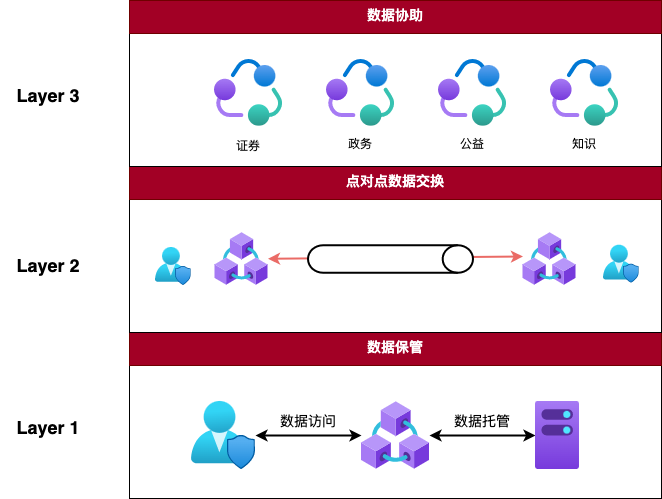
bytehubplus/bytehubplus.github.io keeps this draw.io diagram as public/layered-arch.png. Above is the earlier version. Source tidied: cells renumbered, new cells last; positions are measured from the earlier drawing's top-left corner, leaving out a move shared by most shapes. Its diagram source:
```xml
<mxGraphModel>
  <root>
    <mxCell id="0" />
    <mxCell id="1" parent="0" />
    <mxCell id="2" style="group;" parent="1" vertex="1">
      <mxGeometry x="129" y="332" width="532" height="166" as="geometry" />
    </mxCell>
    <mxCell id="3" style="rounded=0;whiteSpace=wrap;html=1;" parent="2" vertex="1">
      <mxGeometry width="532" height="166" as="geometry" />
    </mxCell>
    <mxCell id="4" style="rounded=0;whiteSpace=wrap;html=1;fillColor=#a20025;fontColor=#ffffff;strokeColor=#6F0000;" parent="2" vertex="1">
      <mxGeometry width="532" height="33" as="geometry" />
    </mxCell>
    <mxCell id="5" value="数据保管" style="text;html=1;strokeColor=none;fillColor=none;align=center;verticalAlign=middle;whiteSpace=wrap;rounded=0;fontStyle=1;fontSize=14;fontColor=#FFFFFF;" parent="2" vertex="1">
      <mxGeometry x="197" width="138" height="30" as="geometry" />
    </mxCell>
    <mxCell id="6" style="edgeStyle=orthogonalEdgeStyle;rounded=0;jettySize=auto;html=1;strokeWidth=2;fontSize=14;fontColor=#FFFFFF;startArrow=classic;startFill=1;" parent="1" edge="1" source="8" target="9">
      <mxGeometry relative="1" as="geometry" />
    </mxCell>
    <mxCell id="7" style="edgeStyle=orthogonalEdgeStyle;rounded=0;jettySize=auto;html=1;strokeWidth=2;fontSize=14;fontColor=#FFFFFF;startArrow=classic;startFill=1;" parent="1" edge="1" source="8" target="10">
      <mxGeometry relative="1" as="geometry" />
    </mxCell>
    <mxCell id="8" style="html=1;points=[];align=center;image;fontSize=12;image=img/lib/azure2/blockchain/Azure_Blockchain_Service.svg;fontColor=#FFFFFF;" parent="1" vertex="1">
      <mxGeometry x="361" y="401" width="68" height="68" as="geometry" />
    </mxCell>
    <mxCell id="9" style="html=1;points=[];align=center;image;fontSize=12;image=img/lib/azure2/management_governance/User_Privacy.svg;fontColor=#FFFFFF;" parent="1" vertex="1">
      <mxGeometry x="191" y="401" width="64" height="68" as="geometry" />
    </mxCell>
    <mxCell id="10" style="html=1;points=[];align=center;image;fontSize=12;image=img/lib/azure2/management_governance/MachinesAzureArc.svg;fontColor=#FFFFFF;" parent="1" vertex="1">
      <mxGeometry x="535" y="401" width="44" height="68" as="geometry" />
    </mxCell>
    <mxCell id="11" value="数据访问" style="text;html=1;strokeColor=none;fillColor=none;align=center;verticalAlign=middle;whiteSpace=wrap;rounded=0;fontSize=14;fontColor=#000000;" parent="1" vertex="1">
      <mxGeometry x="278" y="406" width="60" height="30" as="geometry" />
    </mxCell>
    <mxCell id="12" value="数据托管" style="text;html=1;strokeColor=none;fillColor=none;align=center;verticalAlign=middle;whiteSpace=wrap;rounded=0;fontSize=14;fontColor=#000000;" parent="1" vertex="1">
      <mxGeometry x="452" y="406" width="60" height="30" as="geometry" />
    </mxCell>
    <mxCell id="13" style="group;" parent="1" vertex="1">
      <mxGeometry x="129" y="166" width="532" height="166" as="geometry" />
    </mxCell>
    <mxCell id="14" style="rounded=0;whiteSpace=wrap;html=1;" parent="13" vertex="1">
      <mxGeometry width="532" height="166" as="geometry" />
    </mxCell>
    <mxCell id="15" style="rounded=0;whiteSpace=wrap;html=1;fillColor=#a20025;fontColor=#ffffff;strokeColor=#6F0000;" parent="13" vertex="1">
      <mxGeometry width="532" height="33" as="geometry" />
    </mxCell>
    <mxCell id="16" value="点对点数据交换" style="text;html=1;strokeColor=none;fillColor=none;align=center;verticalAlign=middle;whiteSpace=wrap;rounded=0;fontStyle=1;fontSize=14;fontColor=#FFFFFF;" parent="13" vertex="1">
      <mxGeometry x="197" width="138" height="30" as="geometry" />
    </mxCell>
    <mxCell id="17" style="html=1;points=[];align=center;image;fontSize=12;image=img/lib/azure2/blockchain/Azure_Blockchain_Service.svg;fontColor=#FFFFFF;" parent="13" vertex="1">
      <mxGeometry x="85.5" y="66" width="53" height="53" as="geometry" />
    </mxCell>
    <mxCell id="18" style="html=1;points=[];align=center;image;fontSize=12;image=img/lib/azure2/blockchain/Azure_Blockchain_Service.svg;fontColor=#FFFFFF;" parent="13" vertex="1">
      <mxGeometry x="393.5" y="66" width="53" height="53" as="geometry" />
    </mxCell>
    <mxCell id="19" style="endArrow=classic;startArrow=classic;html=1;rounded=0;strokeWidth=2;fontSize=14;fontColor=#000000;entryX=0;entryY=0.453;entryDx=0;entryDy=0;entryPerimeter=0;strokeColor=#EA6B66;" parent="13" edge="1" source="17" target="18">
      <mxGeometry relative="1" as="geometry" />
    </mxCell>
    <mxCell id="20" style="strokeWidth=2;html=1;shape=mxgraph.flowchart.direct_data;whiteSpace=wrap;fontSize=14;fontColor=#000000;" parent="13" vertex="1">
      <mxGeometry x="178.5" y="78.8" width="165" height="27.5" as="geometry" />
    </mxCell>
    <mxCell id="21" style="html=1;align=center;image;fontSize=12;image=img/lib/azure2/management_governance/User_Privacy.svg;fontColor=#FFFFFF;" parent="13" vertex="1">
      <mxGeometry x="26" y="81" width="35.8" height="38" as="geometry" />
    </mxCell>
    <mxCell id="22" style="html=1;align=center;image;fontSize=12;image=img/lib/azure2/management_governance/User_Privacy.svg;fontColor=#FFFFFF;" parent="13" vertex="1">
      <mxGeometry x="474" y="78.8" width="35.8" height="38" as="geometry" />
    </mxCell>
    <mxCell id="23" style="group;" parent="1" vertex="1">
      <mxGeometry x="129" width="532" height="166" as="geometry" />
    </mxCell>
    <mxCell id="24" style="rounded=0;whiteSpace=wrap;html=1;" parent="23" vertex="1">
      <mxGeometry width="532" height="166" as="geometry" />
    </mxCell>
    <mxCell id="25" style="rounded=0;whiteSpace=wrap;html=1;fillColor=#a20025;fontColor=#ffffff;strokeColor=#6F0000;" parent="23" vertex="1">
      <mxGeometry width="532" height="33" as="geometry" />
    </mxCell>
    <mxCell id="26" value="数据协助" style="text;html=1;strokeColor=none;fillColor=none;align=center;verticalAlign=middle;whiteSpace=wrap;rounded=0;fontStyle=1;fontSize=14;fontColor=#FFFFFF;" parent="23" vertex="1">
      <mxGeometry x="197" width="138" height="30" as="geometry" />
    </mxCell>
    <mxCell id="27" style="html=1;align=center;image;fontSize=12;image=img/lib/azure2/azure_ecosystem/Collaborative_Service.svg;fontColor=#000000;" parent="23" vertex="1">
      <mxGeometry x="85" y="59" width="68" height="66.8" as="geometry" />
    </mxCell>
    <mxCell id="28" style="html=1;align=center;image;fontSize=12;image=img/lib/azure2/azure_ecosystem/Collaborative_Service.svg;fontColor=#000000;" parent="23" vertex="1">
      <mxGeometry x="421" y="59" width="68" height="66.8" as="geometry" />
    </mxCell>
    <mxCell id="29" style="html=1;align=center;image;fontSize=12;image=img/lib/azure2/azure_ecosystem/Collaborative_Service.svg;fontColor=#000000;" parent="23" vertex="1">
      <mxGeometry x="197" y="59" width="68" height="66.8" as="geometry" />
    </mxCell>
    <mxCell id="30" style="html=1;align=center;image;fontSize=12;image=img/lib/azure2/azure_ecosystem/Collaborative_Service.svg;fontColor=#000000;" parent="23" vertex="1">
      <mxGeometry x="309" y="59" width="68" height="66.8" as="geometry" />
    </mxCell>
    <mxCell id="31" value="证券" style="text;html=1;strokeColor=none;fillColor=none;align=center;verticalAlign=middle;whiteSpace=wrap;rounded=0;fontSize=12;fontColor=#000000;" parent="23" vertex="1">
      <mxGeometry x="89" y="131" width="60" height="30" as="geometry" />
    </mxCell>
    <mxCell id="32" value="政务" style="text;html=1;strokeColor=none;fillColor=none;align=center;verticalAlign=middle;whiteSpace=wrap;rounded=0;fontSize=12;fontColor=#000000;" parent="23" vertex="1">
      <mxGeometry x="201" y="129" width="60" height="30" as="geometry" />
    </mxCell>
    <mxCell id="33" value="公益" style="text;html=1;strokeColor=none;fillColor=none;align=center;verticalAlign=middle;whiteSpace=wrap;rounded=0;fontSize=12;fontColor=#000000;" parent="23" vertex="1">
      <mxGeometry x="313" y="129" width="60" height="30" as="geometry" />
    </mxCell>
    <mxCell id="34" value="知识" style="text;html=1;strokeColor=none;fillColor=none;align=center;verticalAlign=middle;whiteSpace=wrap;rounded=0;fontSize=12;fontColor=#000000;" parent="23" vertex="1">
      <mxGeometry x="425" y="129" width="60" height="30" as="geometry" />
    </mxCell>
    <mxCell id="35" value="Layer 1" style="text;html=1;strokeColor=none;fillColor=none;align=center;verticalAlign=middle;whiteSpace=wrap;rounded=0;fontSize=18;fontColor=#000000;fontStyle=1;" parent="1" vertex="1">
      <mxGeometry y="412" width="96" height="30" as="geometry" />
    </mxCell>
    <mxCell id="36" value="Layer 3" style="text;html=1;strokeColor=none;fillColor=none;align=center;verticalAlign=middle;whiteSpace=wrap;rounded=0;fontSize=18;fontColor=#000000;fontStyle=1;" parent="1" vertex="1">
      <mxGeometry y="80" width="96" height="30" as="geometry" />
    </mxCell>
    <mxCell id="37" value="Layer 2" style="text;html=1;strokeColor=none;fillColor=none;align=center;verticalAlign=middle;whiteSpace=wrap;rounded=0;fontSize=18;fontColor=#000000;fontStyle=1;" parent="1" vertex="1">
      <mxGeometry y="250" width="96" height="30" as="geometry" />
    </mxCell>
  </root>
</mxGraphModel>
```
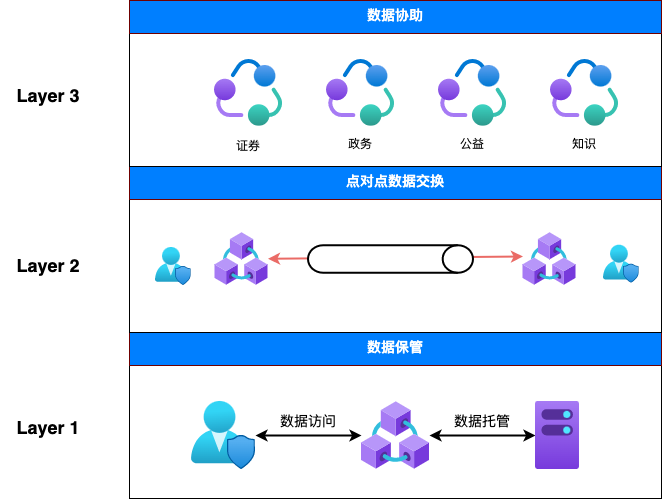
The same diagram one commit later.

The edit, as a diff of the source:
```diff
@@ -8,7 +8,7 @@
     <mxCell id="3" style="rounded=0;whiteSpace=wrap;html=1;" parent="2" vertex="1">
       <mxGeometry width="532" height="166" as="geometry" />
     </mxCell>
-    <mxCell id="4" style="rounded=0;whiteSpace=wrap;html=1;fillColor=#a20025;fontColor=#ffffff;strokeColor=#6F0000;" parent="2" vertex="1">
+    <mxCell id="4" style="rounded=0;whiteSpace=wrap;html=1;fillColor=#007FFF;fontColor=#ffffff;strokeColor=#6F0000;" parent="2" vertex="1">
       <mxGeometry width="532" height="33" as="geometry" />
     </mxCell>
     <mxCell id="5" value="数据保管" style="text;html=1;strokeColor=none;fillColor=none;align=center;verticalAlign=middle;whiteSpace=wrap;rounded=0;fontStyle=1;fontSize=14;fontColor=#FFFFFF;" parent="2" vertex="1">
@@ -41,7 +41,7 @@
     <mxCell id="14" style="rounded=0;whiteSpace=wrap;html=1;" parent="13" vertex="1">
       <mxGeometry width="532" height="166" as="geometry" />
     </mxCell>
-    <mxCell id="15" style="rounded=0;whiteSpace=wrap;html=1;fillColor=#a20025;fontColor=#ffffff;strokeColor=#6F0000;" parent="13" vertex="1">
+    <mxCell id="15" style="rounded=0;whiteSpace=wrap;html=1;fillColor=#007FFF;fontColor=#ffffff;strokeColor=#6F0000;" parent="13" vertex="1">
       <mxGeometry width="532" height="33" as="geometry" />
     </mxCell>
     <mxCell id="16" value="点对点数据交换" style="text;html=1;strokeColor=none;fillColor=none;align=center;verticalAlign=middle;whiteSpace=wrap;rounded=0;fontStyle=1;fontSize=14;fontColor=#FFFFFF;" parent="13" vertex="1">
@@ -71,7 +71,7 @@
     <mxCell id="24" style="rounded=0;whiteSpace=wrap;html=1;" parent="23" vertex="1">
       <mxGeometry width="532" height="166" as="geometry" />
     </mxCell>
-    <mxCell id="25" style="rounded=0;whiteSpace=wrap;html=1;fillColor=#a20025;fontColor=#ffffff;strokeColor=#6F0000;" parent="23" vertex="1">
+    <mxCell id="25" style="rounded=0;whiteSpace=wrap;html=1;fillColor=#007FFF;fontColor=#ffffff;strokeColor=#6F0000;" parent="23" vertex="1">
       <mxGeometry width="532" height="33" as="geometry" />
     </mxCell>
     <mxCell id="26" value="数据协助" style="text;html=1;strokeColor=none;fillColor=none;align=center;verticalAlign=middle;whiteSpace=wrap;rounded=0;fontStyle=1;fontSize=14;fontColor=#FFFFFF;" parent="23" vertex="1">
```
